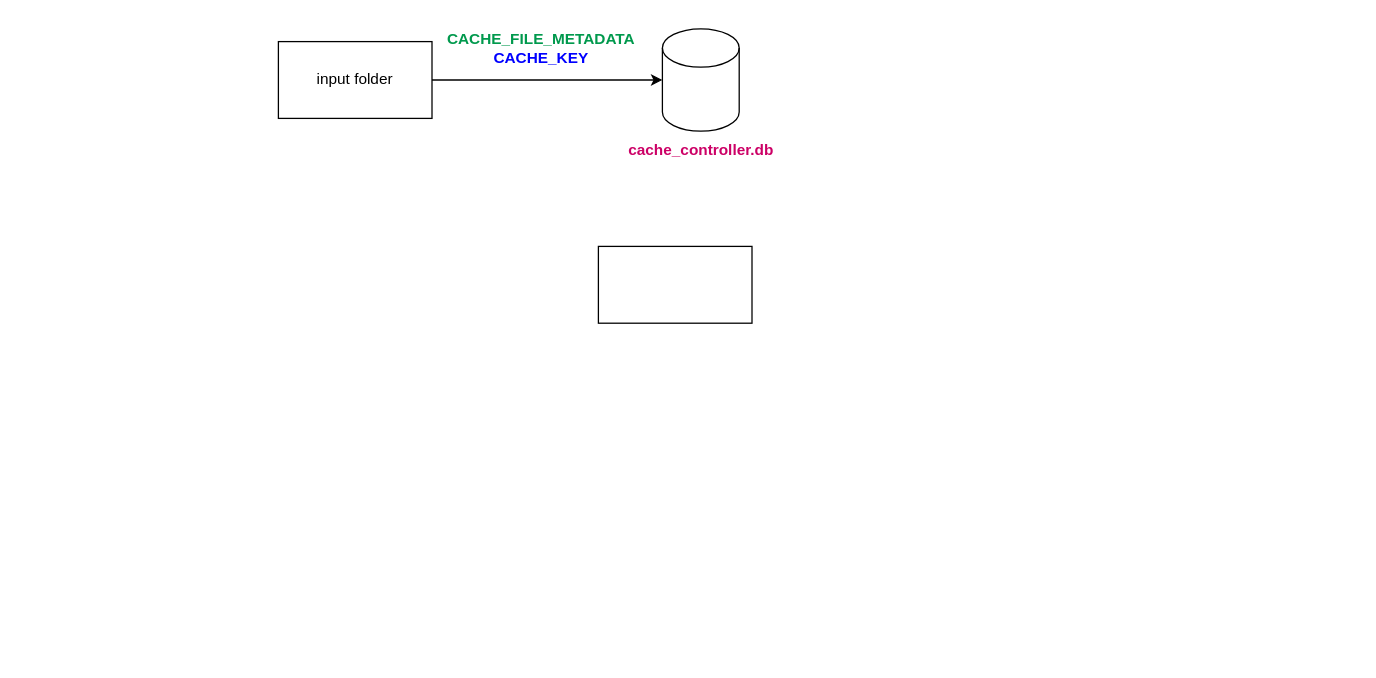
Earlier version of the draw.io diagram documentation/DBExplorer.drawio (consithe1/DBExplorer). Source tidied: cells renumbered, new cells numbered last; positions are measured from the earlier drawing's top-left corner, leaving out a move shared by most shapes. Both pictures are drawn from the tidied source at 128%, with x=0, y=0 at pixel (278, 22).
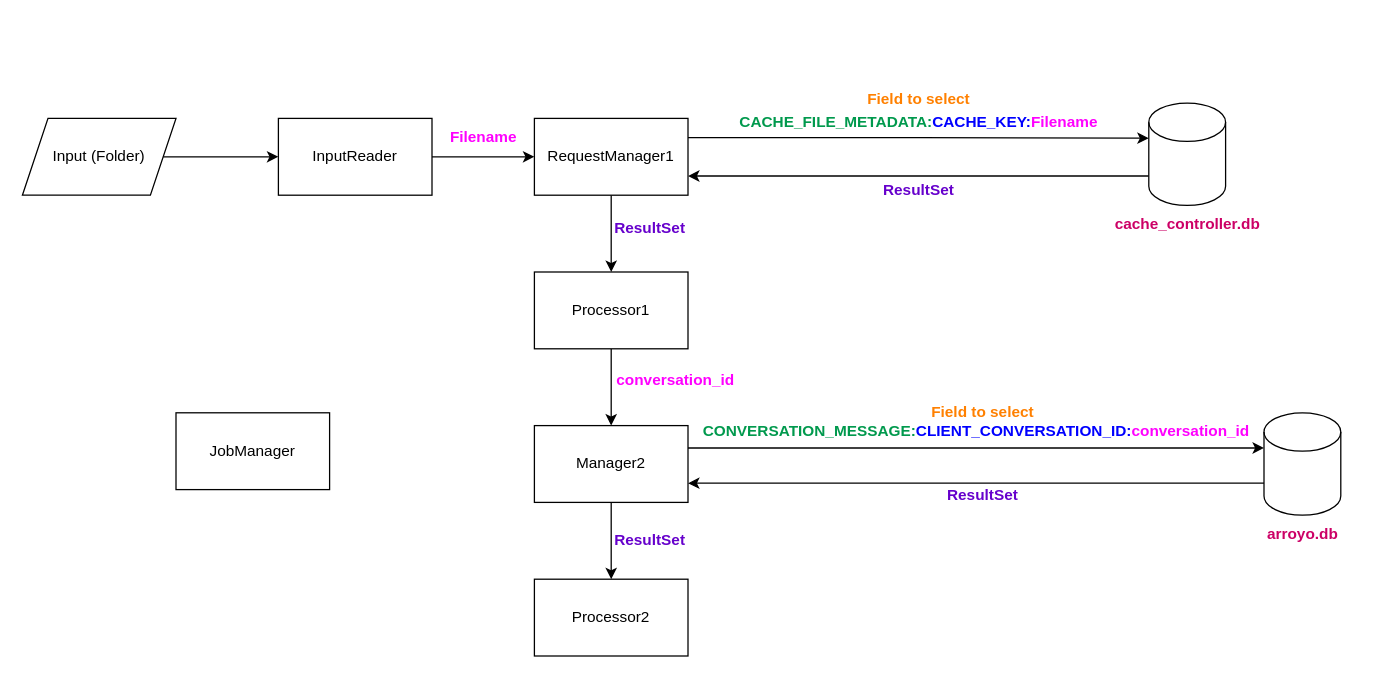
Above is the later version.

The edit, as a diff of the source:
```diff
@@
-    <mxCell id="2" value="input folder" style="rounded=0;whiteSpace=wrap;html=1;" parent="1" vertex="1">
-      <mxGeometry y="15" width="120" height="60" as="geometry" />
-    </mxCell>
+    <mxCell id="8" style="edgeStyle=orthogonalEdgeStyle;rounded=0;jettySize=auto;html=1;entryX=1;entryY=0.75;entryDx=0;entryDy=0;" parent="1" edge="1" source="3" target="15">
+      <mxGeometry relative="1" as="geometry">
+        <Array as="points">
+          <mxPoint x="590" y="120" />
+          <mxPoint x="590" y="120" />
+        </Array>
+      </mxGeometry>
+    </mxCell>
     <mxCell id="3" style="shape=cylinder3;whiteSpace=wrap;html=1;boundedLbl=1;backgroundOutline=1;size=15;" parent="1" vertex="1">
-      <mxGeometry x="300" y="5" width="60" height="80" as="geometry" />
+      <mxGeometry x="680" y="63" width="60" height="80" as="geometry" />
     </mxCell>
     <mxCell id="4" value="&lt;b&gt;&lt;font color=&quot;#cc0066&quot;&gt;cache_controller.db&lt;/font&gt;&lt;/b&gt;" style="text;html=1;align=center;verticalAlign=middle;strokeColor=none;fillColor=none;" parent="1" vertex="1">
-      <mxGeometry x="260" y="85" width="140" height="30" as="geometry" />
+      <mxGeometry x="640" y="143" width="140" height="30" as="geometry" />
     </mxCell>
-    <mxCell id="5" style="edgeStyle=orthogonalEdgeStyle;rounded=0;jettySize=auto;html=1;entryX=0;entryY=0.5;entryDx=0;entryDy=0;entryPerimeter=0;" parent="1" edge="1" source="2" target="3">
-      <mxGeometry relative="1" as="geometry" />
-    </mxCell>
-    <mxCell id="6" value="&lt;font color=&quot;#00994d&quot;&gt;&lt;b&gt;CACHE_FILE_METADATA&lt;/b&gt;&lt;/font&gt;&lt;div&gt;&lt;b&gt;&lt;font color=&quot;#0000ff&quot;&gt;CACHE_KEY&lt;/font&gt;&lt;/b&gt;&lt;/div&gt;" style="text;html=1;align=center;verticalAlign=middle;strokeColor=none;fillColor=none;" parent="1" vertex="1">
-      <mxGeometry x="120" width="170" height="40" as="geometry" />
+    <mxCell id="6" value="&lt;font color=&quot;#00994d&quot;&gt;&lt;b&gt;CACHE_FILE_METADATA:&lt;/b&gt;&lt;/font&gt;&lt;b style=&quot;background-color: initial;&quot;&gt;&lt;font color=&quot;#0000ff&quot;&gt;CACHE_KEY:&lt;/font&gt;&lt;font color=&quot;#ff00ff&quot;&gt;Filename&lt;/font&gt;&lt;/b&gt;" style="text;html=1;align=center;verticalAlign=middle;strokeColor=none;fillColor=none;" parent="1" vertex="1">
+      <mxGeometry x="350" y="63" width="300" height="30" as="geometry" />
     </mxCell>
+    <mxCell id="9" style="edgeStyle=orthogonalEdgeStyle;rounded=0;jettySize=auto;html=1;" parent="1" edge="1" source="7" target="20">
+      <mxGeometry relative="1" as="geometry" />
+    </mxCell>
-    <mxCell id="7" style="rounded=0;whiteSpace=wrap;html=1;" parent="1" vertex="1">
-      <mxGeometry x="250" y="175" width="120" height="60" as="geometry" />
+    <mxCell id="7" value="Processor1" style="rounded=0;whiteSpace=wrap;html=1;" parent="1" vertex="1">
+      <mxGeometry x="200" y="195" width="120" height="60" as="geometry" />
     </mxCell>
+    <mxCell id="10" style="edgeStyle=orthogonalEdgeStyle;rounded=0;jettySize=auto;html=1;" parent="1" edge="1" source="11" target="13">
+      <mxGeometry relative="1" as="geometry" />
+    </mxCell>
+    <mxCell id="11" value="Input (Folder)" style="shape=parallelogram;perimeter=parallelogramPerimeter;whiteSpace=wrap;html=1;fixedSize=1;" parent="1" vertex="1">
+      <mxGeometry x="-200" y="75" width="120" height="60" as="geometry" />
+    </mxCell>
+    <mxCell id="12" style="edgeStyle=orthogonalEdgeStyle;rounded=0;jettySize=auto;html=1;" parent="1" edge="1" source="13" target="15">
+      <mxGeometry relative="1" as="geometry" />
+    </mxCell>
+    <mxCell id="13" value="InputReader" style="rounded=0;whiteSpace=wrap;html=1;" parent="1" vertex="1">
+      <mxGeometry y="75" width="120" height="60" as="geometry" />
+    </mxCell>
+    <mxCell id="14" style="edgeStyle=orthogonalEdgeStyle;rounded=0;jettySize=auto;html=1;" parent="1" edge="1" source="15" target="7">
+      <mxGeometry relative="1" as="geometry" />
+    </mxCell>
+    <mxCell id="15" value="RequestManager1" style="rounded=0;whiteSpace=wrap;html=1;" parent="1" vertex="1">
+      <mxGeometry x="200" y="75" width="120" height="60" as="geometry" />
+    </mxCell>
+    <mxCell id="16" style="edgeStyle=orthogonalEdgeStyle;rounded=0;jettySize=auto;html=1;entryX=0;entryY=0;entryDx=0;entryDy=27.5;entryPerimeter=0;exitX=1;exitY=0.25;exitDx=0;exitDy=0;" parent="1" edge="1" source="15" target="3">
+      <mxGeometry relative="1" as="geometry" />
+    </mxCell>
+    <mxCell id="17" value="&lt;font color=&quot;#6600cc&quot;&gt;&lt;b&gt;ResultSet&lt;/b&gt;&lt;/font&gt;" style="text;html=1;align=center;verticalAlign=middle;strokeColor=none;fillColor=none;" parent="1" vertex="1">
+      <mxGeometry x="460" y="116" width="80" height="30" as="geometry" />
+    </mxCell>
+    <mxCell id="18" value="&lt;font color=&quot;#6600cc&quot;&gt;&lt;b&gt;ResultSet&lt;/b&gt;&lt;/font&gt;" style="text;html=1;align=center;verticalAlign=middle;strokeColor=none;fillColor=none;" parent="1" vertex="1">
+      <mxGeometry x="250" y="146" width="80" height="30" as="geometry" />
+    </mxCell>
+    <mxCell id="19" style="edgeStyle=orthogonalEdgeStyle;rounded=0;jettySize=auto;html=1;" parent="1" edge="1" source="20" target="29">
+      <mxGeometry relative="1" as="geometry" />
+    </mxCell>
+    <mxCell id="20" value="Manager2" style="rounded=0;whiteSpace=wrap;html=1;" parent="1" vertex="1">
+      <mxGeometry x="200" y="315" width="120" height="60" as="geometry" />
+    </mxCell>
+    <mxCell id="21" style="edgeStyle=orthogonalEdgeStyle;rounded=0;jettySize=auto;html=1;entryX=1;entryY=0.75;entryDx=0;entryDy=0;" parent="1" edge="1" source="22" target="20">
+      <mxGeometry relative="1" as="geometry">
+        <Array as="points">
+          <mxPoint x="500" y="360" />
+          <mxPoint x="500" y="360" />
+        </Array>
+      </mxGeometry>
+    </mxCell>
+    <mxCell id="22" style="shape=cylinder3;whiteSpace=wrap;html=1;boundedLbl=1;backgroundOutline=1;size=15;" parent="1" vertex="1">
+      <mxGeometry x="770" y="305" width="60" height="80" as="geometry" />
+    </mxCell>
+    <mxCell id="23" value="&lt;b&gt;&lt;font color=&quot;#cc0066&quot;&gt;arroyo.db&lt;/font&gt;&lt;/b&gt;" style="text;html=1;align=center;verticalAlign=middle;strokeColor=none;fillColor=none;" parent="1" vertex="1">
+      <mxGeometry x="760" y="385" width="80" height="30" as="geometry" />
+    </mxCell>
+    <mxCell id="24" style="edgeStyle=orthogonalEdgeStyle;rounded=0;jettySize=auto;html=1;entryX=0;entryY=0;entryDx=0;entryDy=27.5;entryPerimeter=0;" parent="1" edge="1" source="20" target="22">
+      <mxGeometry relative="1" as="geometry">
+        <Array as="points">
+          <mxPoint x="495" y="333" />
+        </Array>
+      </mxGeometry>
+    </mxCell>
+    <mxCell id="25" value="&lt;font color=&quot;#00994d&quot;&gt;&lt;b&gt;CONVERSATION_MESSAGE:&lt;/b&gt;&lt;/font&gt;&lt;b style=&quot;background-color: initial;&quot;&gt;&lt;font color=&quot;#0000ff&quot;&gt;CLIENT_CONVERSATION_ID:&lt;/font&gt;&lt;font color=&quot;#ff00ff&quot;&gt;conversation_id&lt;/font&gt;&lt;/b&gt;" style="text;html=1;align=center;verticalAlign=middle;strokeColor=none;fillColor=none;" parent="1" vertex="1">
+      <mxGeometry x="320" y="305" width="450" height="30" as="geometry" />
+    </mxCell>
+    <mxCell id="26" value="&lt;b style=&quot;background-color: initial;&quot;&gt;&lt;font color=&quot;#ff00ff&quot;&gt;Filename&lt;/font&gt;&lt;/b&gt;" style="text;html=1;align=center;verticalAlign=middle;strokeColor=none;fillColor=none;" parent="1" vertex="1">
+      <mxGeometry x="120" y="75" width="80" height="30" as="geometry" />
+    </mxCell>
+    <mxCell id="27" value="&lt;b style=&quot;background-color: initial;&quot;&gt;&lt;font color=&quot;#ff00ff&quot;&gt;conversation_id&lt;/font&gt;&lt;/b&gt;" style="text;html=1;align=center;verticalAlign=middle;strokeColor=none;fillColor=none;" parent="1" vertex="1">
+      <mxGeometry x="250" y="265" width="120" height="30" as="geometry" />
+    </mxCell>
+    <mxCell id="28" value="&lt;font color=&quot;#6600cc&quot;&gt;&lt;b&gt;ResultSet&lt;/b&gt;&lt;/font&gt;" style="text;html=1;align=center;verticalAlign=middle;strokeColor=none;fillColor=none;" parent="1" vertex="1">
+      <mxGeometry x="510" y="355" width="80" height="30" as="geometry" />
+    </mxCell>
+    <mxCell id="29" value="Processor2" style="rounded=0;whiteSpace=wrap;html=1;" parent="1" vertex="1">
+      <mxGeometry x="200" y="435" width="120" height="60" as="geometry" />
+    </mxCell>
+    <mxCell id="30" value="&lt;font color=&quot;#6600cc&quot;&gt;&lt;b&gt;ResultSet&lt;/b&gt;&lt;/font&gt;" style="text;html=1;align=center;verticalAlign=middle;strokeColor=none;fillColor=none;" parent="1" vertex="1">
+      <mxGeometry x="250" y="390" width="80" height="30" as="geometry" />
+    </mxCell>
+    <mxCell id="31" value="&lt;b&gt;&lt;font color=&quot;#ff8000&quot;&gt;Field to select&lt;/font&gt;&lt;/b&gt;" style="text;html=1;align=center;verticalAlign=middle;strokeColor=none;fillColor=none;" parent="1" vertex="1">
+      <mxGeometry x="450" y="45" width="100" height="30" as="geometry" />
+    </mxCell>
+    <mxCell id="32" value="&lt;b&gt;&lt;font color=&quot;#ff8000&quot;&gt;Field to select&lt;/font&gt;&lt;/b&gt;" style="text;html=1;align=center;verticalAlign=middle;strokeColor=none;fillColor=none;" parent="1" vertex="1">
+      <mxGeometry x="500" y="290" width="100" height="30" as="geometry" />
+    </mxCell>
+    <mxCell id="33" value="JobManager" style="rounded=0;whiteSpace=wrap;html=1;" parent="1" vertex="1">
+      <mxGeometry x="-80" y="305" width="120" height="60" as="geometry" />
+    </mxCell>
```
